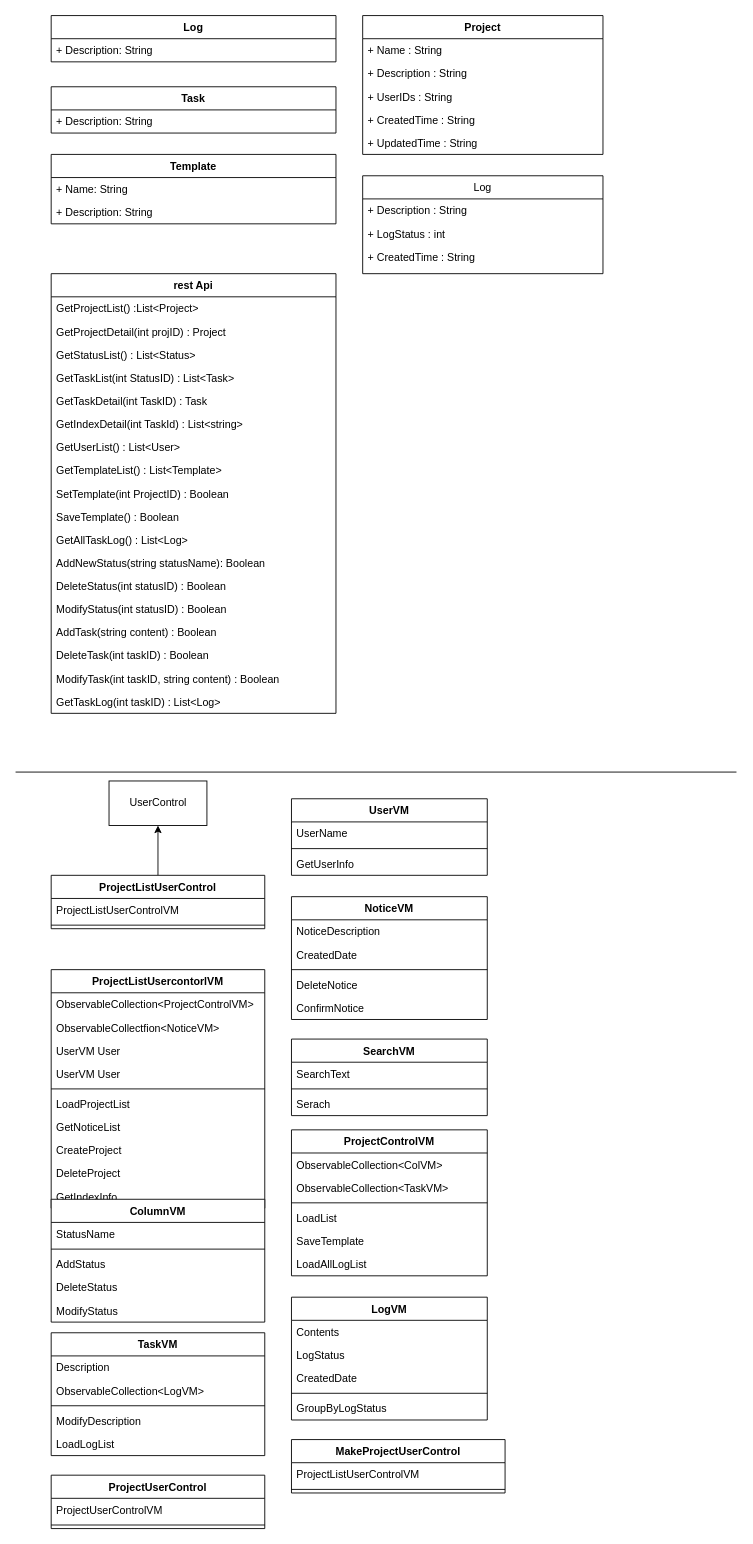
Above: Untitled Diagram.drawio in InsoooooooooJANG/TIL (draw.io), before the change. Source tidied: cells renumbered, new cells numbered last; positions are measured from the earlier drawing's top-left corner, leaving out a move shared by most shapes. Both pictures are drawn from the tidied source at 89%, with x=0, y=0 at pixel (15, 15).
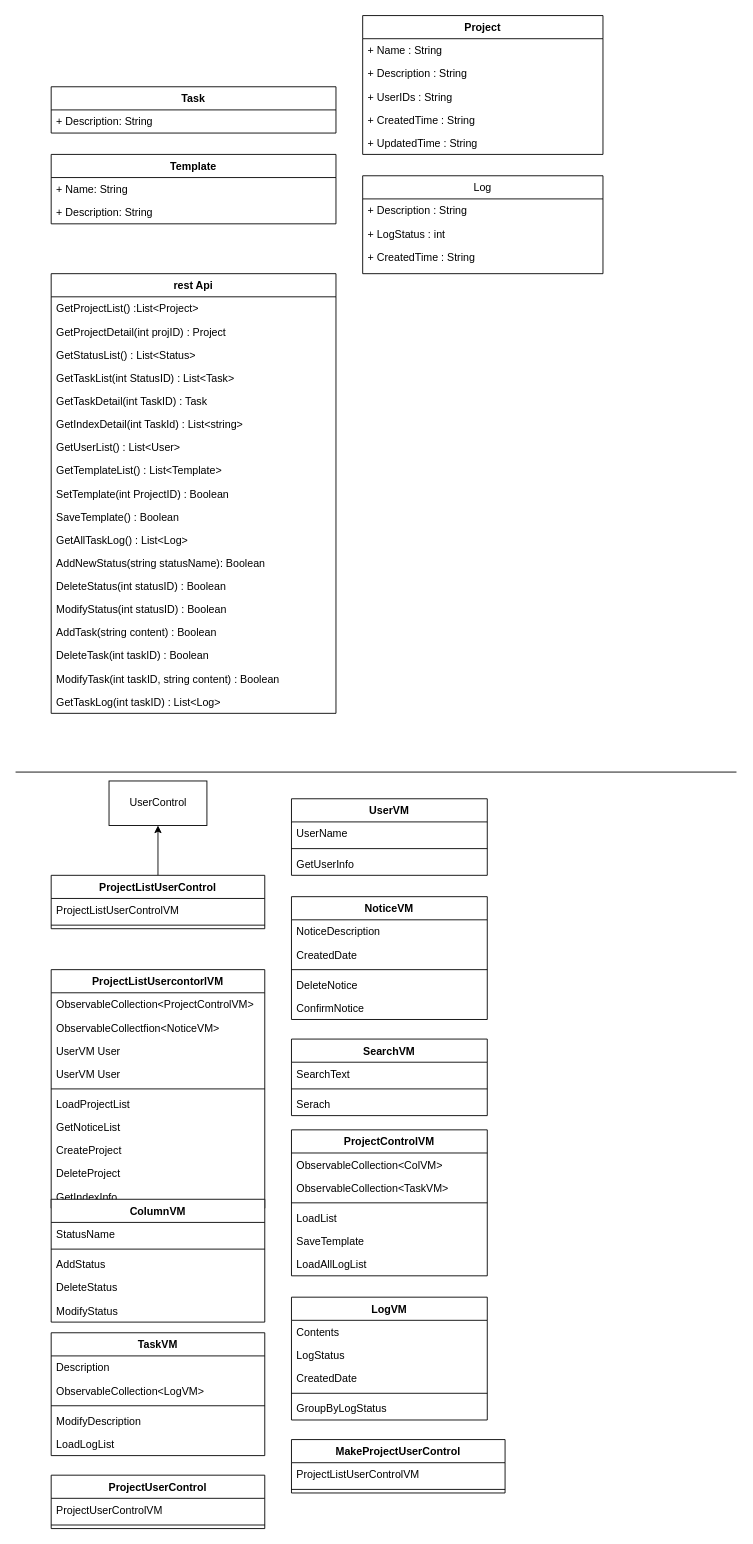
The same diagram, later.

Diff of the diagram source:
```diff
@@
-    <mxCell id="2" value="Log" style="swimlane;fontStyle=1;align=center;verticalAlign=top;horizontal=1;startSize=26;" parent="1" vertex="1">
-      <mxGeometry x="40" width="320" height="52" as="geometry" />
-    </mxCell>
-    <mxCell id="3" value="+ Description: String" style="text;strokeColor=none;fillColor=none;align=left;verticalAlign=top;spacingLeft=4;spacingRight=4;overflow=hidden;" parent="2" vertex="1">
-      <mxGeometry y="26" width="320" height="26" as="geometry" />
-    </mxCell>
```
